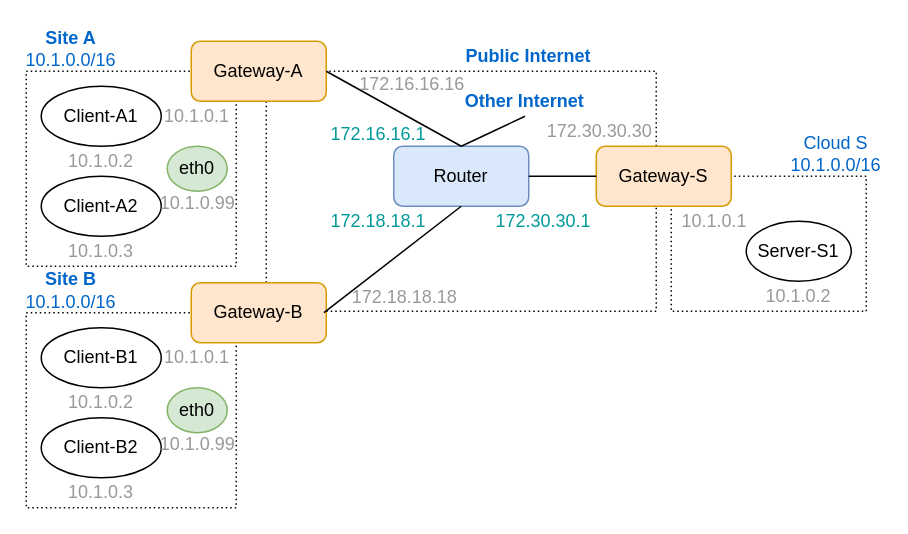
jinjiaKarl/cs-e4300 keeps this draw.io diagram as fig/topology.drawio. Above is the earlier version. Source tidied: cells renumbered, new cells numbered last; positions are measured from the earlier drawing's top-left corner, leaving out a move shared by most shapes. Both pictures are drawn from the tidied source at 150%, with x=0, y=0 at pixel (26, 26).
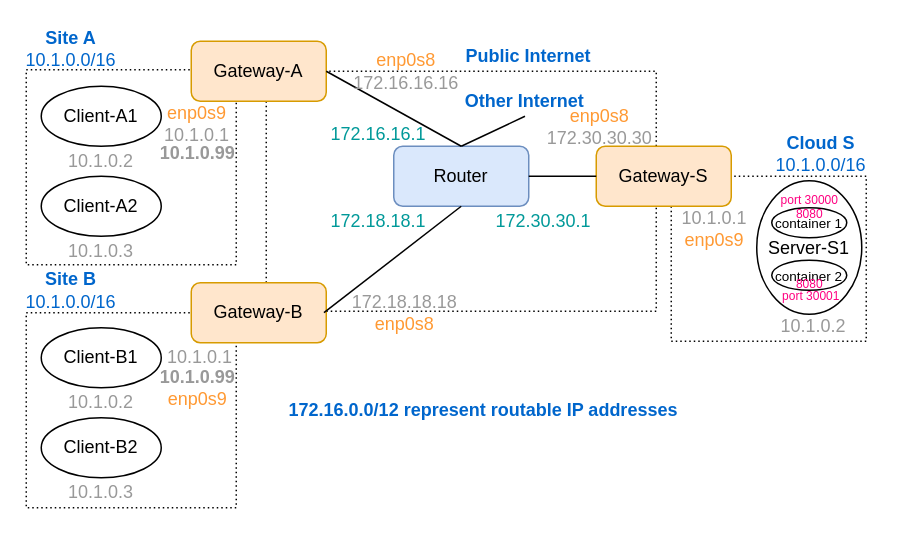
The same page after the edit.

Diff of the diagram source:
```diff
@@
     <mxCell id="2" style="verticalLabelPosition=bottom;verticalAlign=top;html=1;shape=mxgraph.basic.rect;fillColor2=none;strokeWidth=1;size=20;indent=5;dashed=1;dashPattern=1 2;" parent="1" vertex="1">
-      <mxGeometry x="430" y="100" width="130" height="90" as="geometry" />
+      <mxGeometry x="430" y="100" width="130" height="110" as="geometry" />
     </mxCell>
     <mxCell id="3" style="verticalLabelPosition=bottom;verticalAlign=top;html=1;shape=mxgraph.basic.rect;fillColor2=none;strokeWidth=1;size=20;indent=5;dashed=1;dashPattern=1 2;" parent="1" vertex="1">
-      <mxGeometry y="30" width="140" height="130" as="geometry" />
+      <mxGeometry y="29" width="140" height="130" as="geometry" />
     </mxCell>
@@
     <mxCell id="14" value="Server-S1" style="ellipse;whiteSpace=wrap;html=1;" parent="1" vertex="1">
-      <mxGeometry x="480" y="130" width="70" height="40" as="geometry" />
+      <mxGeometry x="487" y="103" width="70" height="89" as="geometry" />
     </mxCell>
@@
-    <mxCell id="23" value="Cloud S&lt;br&gt;10.1.0.0/16" style="text;html=1;strokeColor=none;fillColor=none;align=center;verticalAlign=middle;whiteSpace=wrap;rounded=0;fontColor=#0066CC;" parent="1" vertex="1">
-      <mxGeometry x="510" y="70" width="60" height="30" as="geometry" />
+    <mxCell id="23" value="&lt;b&gt;Cloud S&lt;br&gt;&lt;/b&gt;10.1.0.0/16" style="text;html=1;strokeColor=none;fillColor=none;align=center;verticalAlign=middle;whiteSpace=wrap;rounded=0;fontColor=#0066CC;" parent="1" vertex="1">
+      <mxGeometry x="500" y="70" width="60" height="30" as="geometry" />
     </mxCell>
@@
     <mxCell id="28" value="10.1.0.2" style="text;html=1;strokeColor=none;fillColor=none;align=center;verticalAlign=middle;whiteSpace=wrap;rounded=0;fontColor=#999999;" parent="1" vertex="1">
-      <mxGeometry x="480" y="170" width="70" height="20" as="geometry" />
+      <mxGeometry x="490" y="190" width="70" height="20" as="geometry" />
     </mxCell>
-    <mxCell id="29" value="10.1.0.1" style="text;html=1;strokeColor=none;fillColor=none;align=center;verticalAlign=middle;whiteSpace=wrap;rounded=0;fontColor=#999999;" parent="1" vertex="1">
-      <mxGeometry x="85" y="50" width="58" height="20" as="geometry" />
+    <mxCell id="29" value="&lt;span style=&quot;color: rgb(255, 153, 51);&quot;&gt;enp0s9&lt;/span&gt;&lt;br&gt;10.1.0.1" style="text;html=1;strokeColor=none;fillColor=none;align=center;verticalAlign=middle;whiteSpace=wrap;rounded=0;fontColor=#999999;" parent="1" vertex="1">
+      <mxGeometry x="85" y="55" width="58" height="20" as="geometry" />
     </mxCell>
-    <mxCell id="30" value="10.1.0.1" style="text;html=1;strokeColor=none;fillColor=none;align=center;verticalAlign=middle;whiteSpace=wrap;rounded=0;fontColor=#999999;" parent="1" vertex="1">
-      <mxGeometry x="85" y="211" width="58" height="20" as="geometry" />
+    <mxCell id="30" value="10.1.0.1&lt;br&gt;" style="text;html=1;strokeColor=none;fillColor=none;align=center;verticalAlign=middle;whiteSpace=wrap;rounded=0;fontColor=#999999;" parent="1" vertex="1">
+      <mxGeometry x="86.5" y="211" width="58" height="20" as="geometry" />
     </mxCell>
-    <mxCell id="31" value="10.1.0.1" style="text;html=1;strokeColor=none;fillColor=none;align=center;verticalAlign=middle;whiteSpace=wrap;rounded=0;fontColor=#999999;" parent="1" vertex="1">
-      <mxGeometry x="430" y="120" width="58" height="20" as="geometry" />
+    <mxCell id="31" value="10.1.0.1&lt;br&gt;&lt;span style=&quot;color: rgb(255, 153, 51);&quot;&gt;enp0s9&lt;/span&gt;" style="text;html=1;strokeColor=none;fillColor=none;align=center;verticalAlign=middle;whiteSpace=wrap;rounded=0;fontColor=#999999;" parent="1" vertex="1">
+      <mxGeometry x="430" y="125" width="58" height="20" as="geometry" />
     </mxCell>
@@
-    <mxCell id="35" value="172.30.30.30" style="text;html=1;strokeColor=none;fillColor=none;align=center;verticalAlign=middle;whiteSpace=wrap;rounded=0;fontColor=#999999;" parent="1" vertex="1">
-      <mxGeometry x="345" y="60" width="75" height="20" as="geometry" />
+    <mxCell id="35" value="&lt;span style=&quot;color: rgb(255, 153, 51);&quot;&gt;enp0s8&lt;/span&gt;&lt;br&gt;172.30.30.30" style="text;html=1;strokeColor=none;fillColor=none;align=center;verticalAlign=middle;whiteSpace=wrap;rounded=0;fontColor=#999999;" parent="1" vertex="1">
+      <mxGeometry x="345" y="57" width="75" height="20" as="geometry" />
     </mxCell>
-    <mxCell id="36" value="172.16.16.16" style="text;html=1;strokeColor=none;fillColor=none;align=center;verticalAlign=middle;whiteSpace=wrap;rounded=0;fontColor=#999999;" parent="1" vertex="1">
-      <mxGeometry x="220" y="29" width="75" height="20" as="geometry" />
+    <mxCell id="36" value="&lt;span style=&quot;color: rgb(255, 153, 51);&quot;&gt;enp0s8&lt;/span&gt;&lt;br&gt;172.16.16.16" style="text;html=1;strokeColor=none;fillColor=none;align=center;verticalAlign=middle;whiteSpace=wrap;rounded=0;fontColor=#999999;" parent="1" vertex="1">
+      <mxGeometry x="216" y="20" width="75" height="20" as="geometry" />
     </mxCell>
-    <mxCell id="37" value="172.18.18.18" style="text;html=1;strokeColor=none;fillColor=none;align=center;verticalAlign=middle;whiteSpace=wrap;rounded=0;fontColor=#999999;" parent="1" vertex="1">
-      <mxGeometry x="215" y="171" width="75" height="20" as="geometry" />
+    <mxCell id="37" value="172.18.18.18&lt;br&gt;&lt;span style=&quot;color: rgb(255, 153, 51);&quot;&gt;enp0s8&lt;/span&gt;" style="text;html=1;strokeColor=none;fillColor=none;align=center;verticalAlign=middle;whiteSpace=wrap;rounded=0;fontColor=#999999;" parent="1" vertex="1">
+      <mxGeometry x="215" y="181" width="75" height="20" as="geometry" />
     </mxCell>
-    <mxCell id="38" value="eth0" style="ellipse;whiteSpace=wrap;html=1;fillColor=#d5e8d4;strokeColor=#82b366;" parent="1" vertex="1">
-      <mxGeometry x="94" y="80" width="40" height="30" as="geometry" />
-    </mxCell>
-    <mxCell id="39" value="eth0" style="ellipse;whiteSpace=wrap;html=1;fillColor=#d5e8d4;strokeColor=#82b366;" parent="1" vertex="1">
-      <mxGeometry x="94" y="241" width="40" height="30" as="geometry" />
-    </mxCell>
-    <mxCell id="40" value="10.1.0.99" style="text;html=1;strokeColor=none;fillColor=none;align=center;verticalAlign=middle;whiteSpace=wrap;rounded=0;fontColor=#999999;" parent="1" vertex="1">
-      <mxGeometry x="84" y="108" width="61" height="20" as="geometry" />
+    <mxCell id="40" value="&lt;b&gt;10.1.0.99&lt;/b&gt;" style="text;html=1;strokeColor=none;fillColor=none;align=center;verticalAlign=middle;whiteSpace=wrap;rounded=0;fontColor=#999999;" parent="1" vertex="1">
+      <mxGeometry x="83.5" y="75" width="61" height="20" as="geometry" />
     </mxCell>
-    <mxCell id="41" value="10.1.0.99" style="text;html=1;strokeColor=none;fillColor=none;align=center;verticalAlign=middle;whiteSpace=wrap;rounded=0;fontColor=#999999;" parent="1" vertex="1">
-      <mxGeometry x="83.5" y="269" width="61" height="20" as="geometry" />
+    <mxCell id="41" value="&lt;b&gt;10.1.0.99&lt;/b&gt;&lt;br&gt;&lt;span style=&quot;color: rgb(255, 153, 51);&quot;&gt;enp0s9&lt;/span&gt;" style="text;html=1;strokeColor=none;fillColor=none;align=center;verticalAlign=middle;whiteSpace=wrap;rounded=0;fontColor=#999999;" parent="1" vertex="1">
+      <mxGeometry x="83.5" y="231" width="61" height="20" as="geometry" />
     </mxCell>
+    <mxCell id="42" value="&lt;font style=&quot;font-size: 9px;&quot;&gt;container 1&lt;/font&gt;" style="ellipse;whiteSpace=wrap;html=1;" parent="1" vertex="1">
+      <mxGeometry x="497" y="121" width="50" height="20" as="geometry" />
+    </mxCell>
+    <mxCell id="43" value="&lt;font style=&quot;font-size: 9px;&quot;&gt;container 2&lt;/font&gt;" style="ellipse;whiteSpace=wrap;html=1;" parent="1" vertex="1">
+      <mxGeometry x="497" y="156" width="50" height="20" as="geometry" />
+    </mxCell>
+    <mxCell id="44" value="&lt;font style=&quot;font-size: 8px;&quot; color=&quot;#ff0080&quot;&gt;port 30000&lt;/font&gt;" style="text;html=1;strokeColor=none;fillColor=none;align=center;verticalAlign=middle;whiteSpace=wrap;rounded=0;fontColor=#999999;" parent="1" vertex="1">
+      <mxGeometry x="494.5" y="109" width="55" height="12" as="geometry" />
+    </mxCell>
+    <mxCell id="45" value="&lt;font style=&quot;font-size: 8px;&quot; color=&quot;#ff0080&quot;&gt;port 30001&lt;/font&gt;" style="text;html=1;strokeColor=none;fillColor=none;align=center;verticalAlign=middle;whiteSpace=wrap;rounded=0;fontColor=#999999;" parent="1" vertex="1">
+      <mxGeometry x="495.5" y="173" width="55" height="12" as="geometry" />
+    </mxCell>
+    <mxCell id="46" value="&lt;font style=&quot;font-size: 8px;&quot; color=&quot;#ff0080&quot;&gt;8080&lt;/font&gt;" style="text;html=1;strokeColor=none;fillColor=none;align=center;verticalAlign=middle;whiteSpace=wrap;rounded=0;fontColor=#999999;" parent="1" vertex="1">
+      <mxGeometry x="505.8" y="119" width="32.5" height="10" as="geometry" />
+    </mxCell>
+    <mxCell id="47" value="&lt;font style=&quot;font-size: 8px;&quot; color=&quot;#ff0080&quot;&gt;8080&lt;/font&gt;" style="text;html=1;strokeColor=none;fillColor=none;align=center;verticalAlign=middle;whiteSpace=wrap;rounded=0;fontColor=#999999;" parent="1" vertex="1">
+      <mxGeometry x="505.8" y="166" width="32.5" height="10" as="geometry" />
+    </mxCell>
+    <mxCell id="48" value="&lt;b&gt;172.16.0.0/12 represent routable IP addresses&lt;/b&gt;" style="text;html=1;strokeColor=none;fillColor=none;align=center;verticalAlign=middle;whiteSpace=wrap;rounded=0;fontColor=#0066CC;" parent="1" vertex="1">
+      <mxGeometry x="170" y="246" width="270" height="20" as="geometry" />
+    </mxCell>
```
